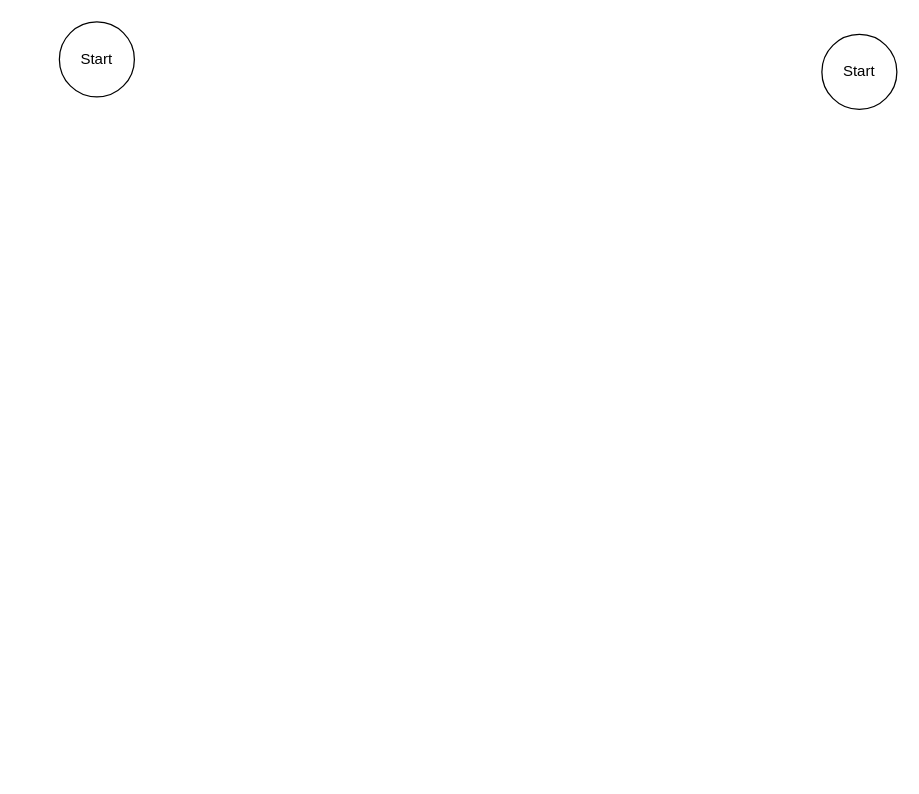
Above: parallel-flow-vs-native-flow.drawio in LaMinKhant/lowcodediagram (draw.io), before the change. Source tidied: cells renumbered, new cells numbered last; positions are measured from the earlier drawing's top-left corner, leaving out a move shared by most shapes. Both pictures are drawn from the tidied source at 125%, with x=0, y=0 at pixel (59, 21).
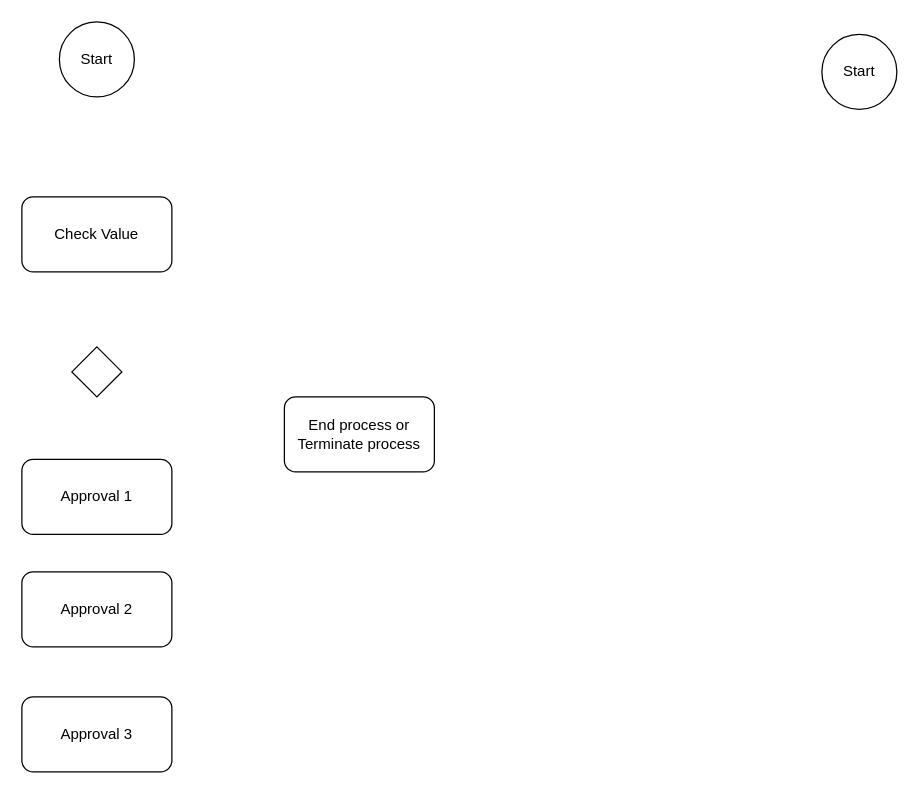
Above is the later version.

Diff of the diagram source:
```diff
@@
 <mxGraphModel>
   <root>
     <mxCell id="0" />
     <mxCell id="1" parent="0" />
     <mxCell id="2" value="Start" style="ellipse;whiteSpace=wrap;html=1;" parent="1" vertex="1">
       <mxGeometry width="60" height="60" as="geometry" />
     </mxCell>
     <mxCell id="3" value="Start" style="ellipse;whiteSpace=wrap;html=1;" parent="1" vertex="1">
       <mxGeometry x="610" y="10" width="60" height="60" as="geometry" />
     </mxCell>
+    <mxCell id="4" value="Check Value" style="rounded=1;whiteSpace=wrap;html=1;" parent="1" vertex="1">
+      <mxGeometry x="-30" y="140" width="120" height="60" as="geometry" />
+    </mxCell>
+    <mxCell id="5" value="Approval 1" style="rounded=1;whiteSpace=wrap;html=1;" parent="1" vertex="1">
+      <mxGeometry x="-30" y="350" width="120" height="60" as="geometry" />
+    </mxCell>
+    <mxCell id="6" style="rhombus;whiteSpace=wrap;html=1;" parent="1" vertex="1">
+      <mxGeometry x="10" y="260" width="40" height="40" as="geometry" />
+    </mxCell>
+    <mxCell id="7" value="Approval 2" style="rounded=1;whiteSpace=wrap;html=1;" parent="1" vertex="1">
+      <mxGeometry x="-30" y="440" width="120" height="60" as="geometry" />
+    </mxCell>
+    <mxCell id="8" value="Approval 3" style="rounded=1;whiteSpace=wrap;html=1;" parent="1" vertex="1">
+      <mxGeometry x="-30" y="540" width="120" height="60" as="geometry" />
+    </mxCell>
+    <mxCell id="9" value="End process or Terminate process" style="rounded=1;whiteSpace=wrap;html=1;" parent="1" vertex="1">
+      <mxGeometry x="180" y="300" width="120" height="60" as="geometry" />
+    </mxCell>
   </root>
 </mxGraphModel>
```
